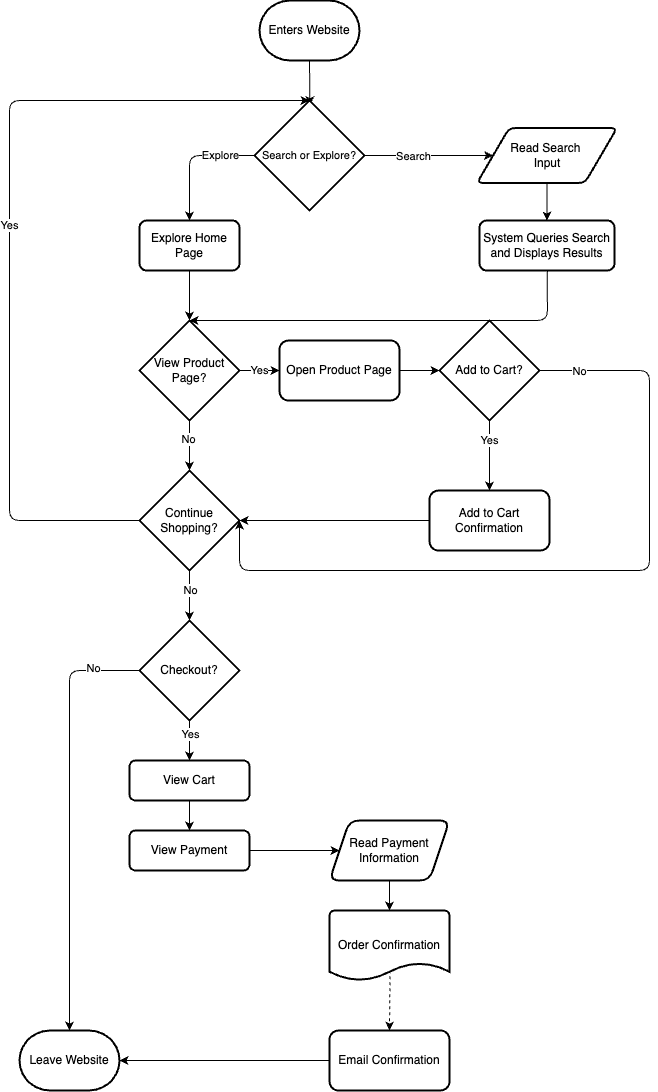
Before: explore/diagramming/diagram.drawio.png, a diagram exported from draw.io (xchuheng613/sp25-cse110-lab4). Source tidied: cells renumbered, new cells last; positions are measured from the earlier drawing's top-left corner, leaving out a move shared by most shapes.
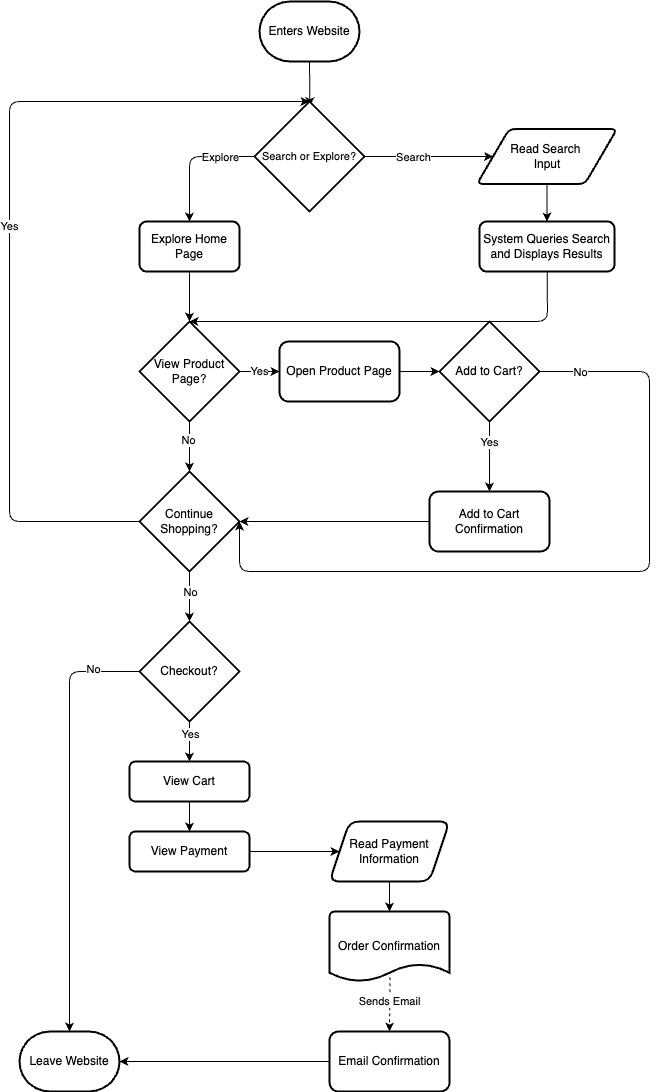
The same diagram one commit later.

What changed in the source:
```diff
@@ -165,7 +165,7 @@
     <mxCell id="43" style="edgeStyle=none;html=1;exitX=0;exitY=0.5;exitDx=0;exitDy=0;entryX=1;entryY=0.5;entryDx=0;entryDy=0;entryPerimeter=0;" parent="1" edge="1" source="47" target="46">
       <mxGeometry relative="1" as="geometry" />
     </mxCell>
-    <mxCell id="44" style="edgeStyle=none;html=1;exitX=0.505;exitY=0.852;exitDx=0;exitDy=0;exitPerimeter=0;dashed=1;entryX=0.5;entryY=0;entryDx=0;entryDy=0;" parent="1" edge="1" source="45" target="47">
+    <mxCell id="44" value="Sends Email" style="edgeStyle=none;html=1;exitX=0.505;exitY=0.852;exitDx=0;exitDy=0;exitPerimeter=0;dashed=1;entryX=0.5;entryY=0;entryDx=0;entryDy=0;" parent="1" edge="1" source="45" target="47">
       <mxGeometry relative="1" as="geometry" />
     </mxCell>
     <mxCell id="45" value="Order Confirmation" style="whiteSpace=wrap;html=1;rounded=1;strokeWidth=2;shape=mxgraph.flowchart.document2;size=0.25;" parent="1" vertex="1">
```
